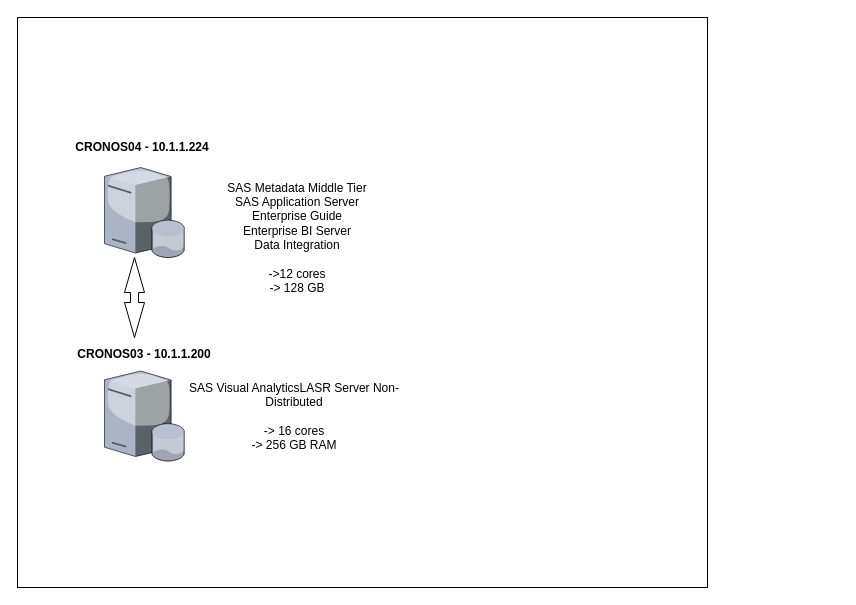
Dfralmeida/extension keeps this draw.io diagram as Untitled Diagram.drawio. Above is the earlier version. Source tidied: cells renumbered, new cells numbered last; positions are measured from the earlier drawing's top-left corner, leaving out a move shared by most shapes. Both pictures are drawn from the tidied source at 100%, with x=0, y=0 at pixel (17, 17).
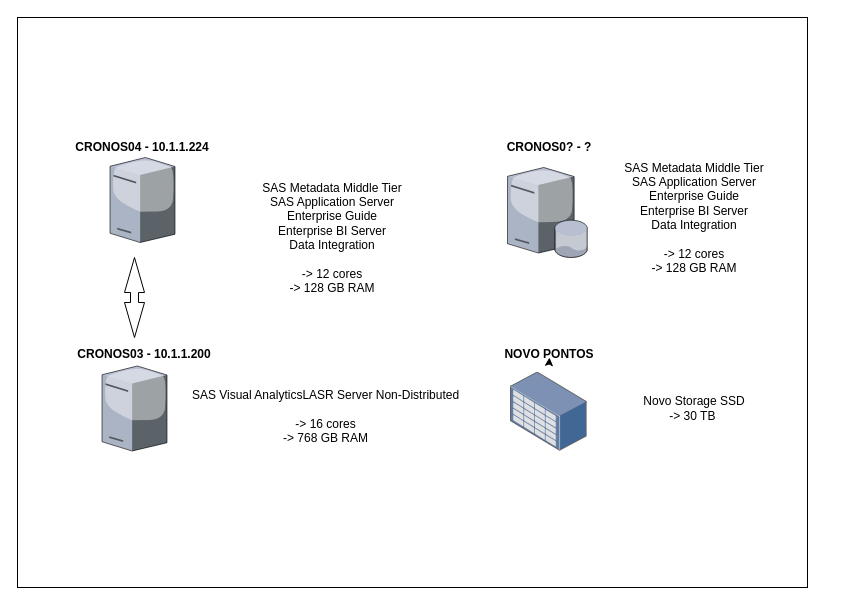
After the change.

Commit message:
Unimed Vitória

The edit, as a diff of the source:
```diff
@@
 <mxGraphModel>
   <root>
     <mxCell id="0" />
     <mxCell id="1" parent="0" />
     <mxCell id="2" style="rounded=0;whiteSpace=wrap;html=1;" parent="1" vertex="1">
-      <mxGeometry width="690" height="570" as="geometry" />
+      <mxGeometry width="790" height="570" as="geometry" />
     </mxCell>
     <mxCell id="3" style="verticalLabelPosition=bottom;html=1;verticalAlign=top;strokeColor=none;align=center;shape=mxgraph.citrix.database_server;" parent="1" vertex="1">
-      <mxGeometry x="87" y="150" width="80" height="90" as="geometry" />
+      <mxGeometry x="490" y="150" width="80" height="90" as="geometry" />
     </mxCell>
-    <mxCell id="4" style="verticalLabelPosition=bottom;html=1;verticalAlign=top;strokeColor=none;align=center;shape=mxgraph.citrix.database_server;" parent="1" vertex="1">
-      <mxGeometry x="87" y="353.5" width="80" height="90" as="geometry" />
-    </mxCell>
     <mxCell id="5" value="&lt;b&gt;&lt;font&gt;CRONOS04 - 10.1.1.224&lt;/font&gt;&lt;/b&gt;" style="text;html=1;strokeColor=none;fillColor=none;align=center;verticalAlign=middle;whiteSpace=wrap;rounded=0;" parent="1" vertex="1">
       <mxGeometry x="50" y="120" width="150" height="20" as="geometry" />
     </mxCell>
     <mxCell id="6" value="&lt;b&gt;&lt;font&gt;CRONOS03 - 10.1.1.200&lt;/font&gt;&lt;/b&gt;&lt;br&gt;" style="text;html=1;strokeColor=none;fillColor=none;align=center;verticalAlign=middle;whiteSpace=wrap;rounded=0;" parent="1" vertex="1">
       <mxGeometry x="47" y="327" width="160" height="20" as="geometry" />
     </mxCell>
-    <mxCell id="7" value="&lt;span&gt;SAS Visual &lt;/span&gt;&lt;span&gt;Analytics&lt;/span&gt;&lt;span&gt;LASR Server Non-&lt;/span&gt;&lt;span&gt;Distributed&lt;/span&gt;&lt;br&gt;&lt;br&gt;-&amp;gt; 16 cores&lt;br&gt;-&amp;gt; 256 GB RAM&lt;br&gt;" style="text;html=1;strokeColor=none;fillColor=none;align=center;verticalAlign=middle;whiteSpace=wrap;rounded=0;" parent="1" vertex="1">
-      <mxGeometry x="167" y="387.5" width="220" height="22" as="geometry" />
+    <mxCell id="7" value="&lt;span&gt;SAS Visual &lt;/span&gt;&lt;span&gt;Analytics&lt;/span&gt;&lt;span&gt;LASR Server Non-&lt;/span&gt;&lt;span&gt;Distributed&lt;/span&gt;&lt;br&gt;&lt;br&gt;-&amp;gt; 16 cores&lt;br&gt;-&amp;gt; 768 GB RAM&lt;br&gt;" style="text;html=1;strokeColor=none;fillColor=none;align=center;verticalAlign=middle;whiteSpace=wrap;rounded=0;" parent="1" vertex="1">
+      <mxGeometry x="167" y="388" width="283" height="22" as="geometry" />
     </mxCell>
-    <mxCell id="8" value="SAS Metadata Middle Tier&lt;br&gt;SAS Application Server&lt;br&gt;Enterprise Guide&lt;br&gt;Enterprise BI Server&lt;br&gt;Data Integration&lt;br&gt;&lt;br&gt;-&amp;gt;12 cores&lt;br&gt;-&amp;gt; 128 GB&lt;br&gt;&lt;br&gt;&lt;br&gt;" style="text;html=1;strokeColor=none;fillColor=none;align=center;verticalAlign=middle;whiteSpace=wrap;rounded=0;" parent="1" vertex="1">
-      <mxGeometry x="170" y="170" width="220" height="130" as="geometry" />
+    <mxCell id="8" value="SAS Metadata Middle Tier&lt;br&gt;SAS Application Server&lt;br&gt;Enterprise Guide&lt;br&gt;Enterprise BI Server&lt;br&gt;Data Integration&lt;br&gt;&lt;br&gt;-&amp;gt; 12 cores&lt;br&gt;-&amp;gt; 128 GB RAM&lt;br&gt;&lt;br&gt;&lt;br&gt;" style="text;html=1;strokeColor=none;fillColor=none;align=center;verticalAlign=middle;whiteSpace=wrap;rounded=0;" parent="1" vertex="1">
+      <mxGeometry x="170" y="170" width="290" height="130" as="geometry" />
     </mxCell>
     <mxCell id="9" style="html=1;shadow=0;dashed=0;align=center;verticalAlign=middle;shape=mxgraph.arrows2.twoWayArrow;dy=0.6;dx=35;direction=south;" parent="1" vertex="1">
       <mxGeometry x="107" y="240" width="20" height="80" as="geometry" />
     </mxCell>
+    <mxCell id="10" style="html=1;align=center;shadow=0;dashed=0;image;image=img/lib/allied_telesis/storage/Datacenter_Server_Storage_Unit_Large.svg;" parent="1" vertex="1">
+      <mxGeometry x="493" y="354.5" width="76.8" height="79.2" as="geometry" />
+    </mxCell>
+    <mxCell id="11" value="&lt;b&gt;&lt;font&gt;NOVO PONTOS&lt;/font&gt;&lt;/b&gt;" style="text;html=1;strokeColor=none;fillColor=none;align=center;verticalAlign=middle;whiteSpace=wrap;rounded=0;" parent="1" vertex="1">
+      <mxGeometry x="456.5" y="327" width="150" height="20" as="geometry" />
+    </mxCell>
+    <mxCell id="12" value="Novo Storage SSD&lt;br&gt;-&amp;gt; 30 TB&amp;nbsp;&lt;br&gt;" style="text;html=1;strokeColor=none;fillColor=none;align=center;verticalAlign=middle;whiteSpace=wrap;rounded=0;" parent="1" vertex="1">
+      <mxGeometry x="576.5" y="361.5" width="200" height="59" as="geometry" />
+    </mxCell>
+    <mxCell id="13" style="edgeStyle=orthogonalEdgeStyle;rounded=0;orthogonalLoop=1;jettySize=auto;html=1;exitX=0.5;exitY=1;exitDx=0;exitDy=0;entryX=0.503;entryY=0.65;entryDx=0;entryDy=0;entryPerimeter=0;" parent="1" edge="1" source="11" target="11">
+      <mxGeometry relative="1" as="geometry" />
+    </mxCell>
+    <mxCell id="14" value="&lt;b&gt;&lt;font&gt;CRONOS0? - ?&lt;/font&gt;&lt;/b&gt;" style="text;html=1;strokeColor=none;fillColor=none;align=center;verticalAlign=middle;whiteSpace=wrap;rounded=0;" parent="1" vertex="1">
+      <mxGeometry x="456.5" y="120" width="150" height="20" as="geometry" />
+    </mxCell>
+    <mxCell id="15" value="SAS Metadata Middle Tier&lt;br&gt;SAS Application Server&lt;br&gt;Enterprise Guide&lt;br&gt;Enterprise BI Server&lt;br&gt;Data Integration&lt;br&gt;&lt;br&gt;-&amp;gt; 12 cores&lt;br&gt;-&amp;gt; 128 GB RAM&lt;br&gt;&lt;br&gt;&lt;br&gt;" style="text;html=1;strokeColor=none;fillColor=none;align=center;verticalAlign=middle;whiteSpace=wrap;rounded=0;" parent="1" vertex="1">
+      <mxGeometry x="531.5" y="150" width="290" height="130" as="geometry" />
+    </mxCell>
+    <mxCell id="16" style="verticalLabelPosition=bottom;html=1;verticalAlign=top;strokeColor=none;align=center;shape=mxgraph.citrix.license_server;" parent="1" vertex="1">
+      <mxGeometry x="84.5" y="348.5" width="65" height="85" as="geometry" />
+    </mxCell>
+    <mxCell id="17" style="verticalLabelPosition=bottom;html=1;verticalAlign=top;strokeColor=none;align=center;shape=mxgraph.citrix.license_server;" parent="1" vertex="1">
+      <mxGeometry x="92.5" y="140" width="65" height="85" as="geometry" />
+    </mxCell>
   </root>
 </mxGraphModel>
```
